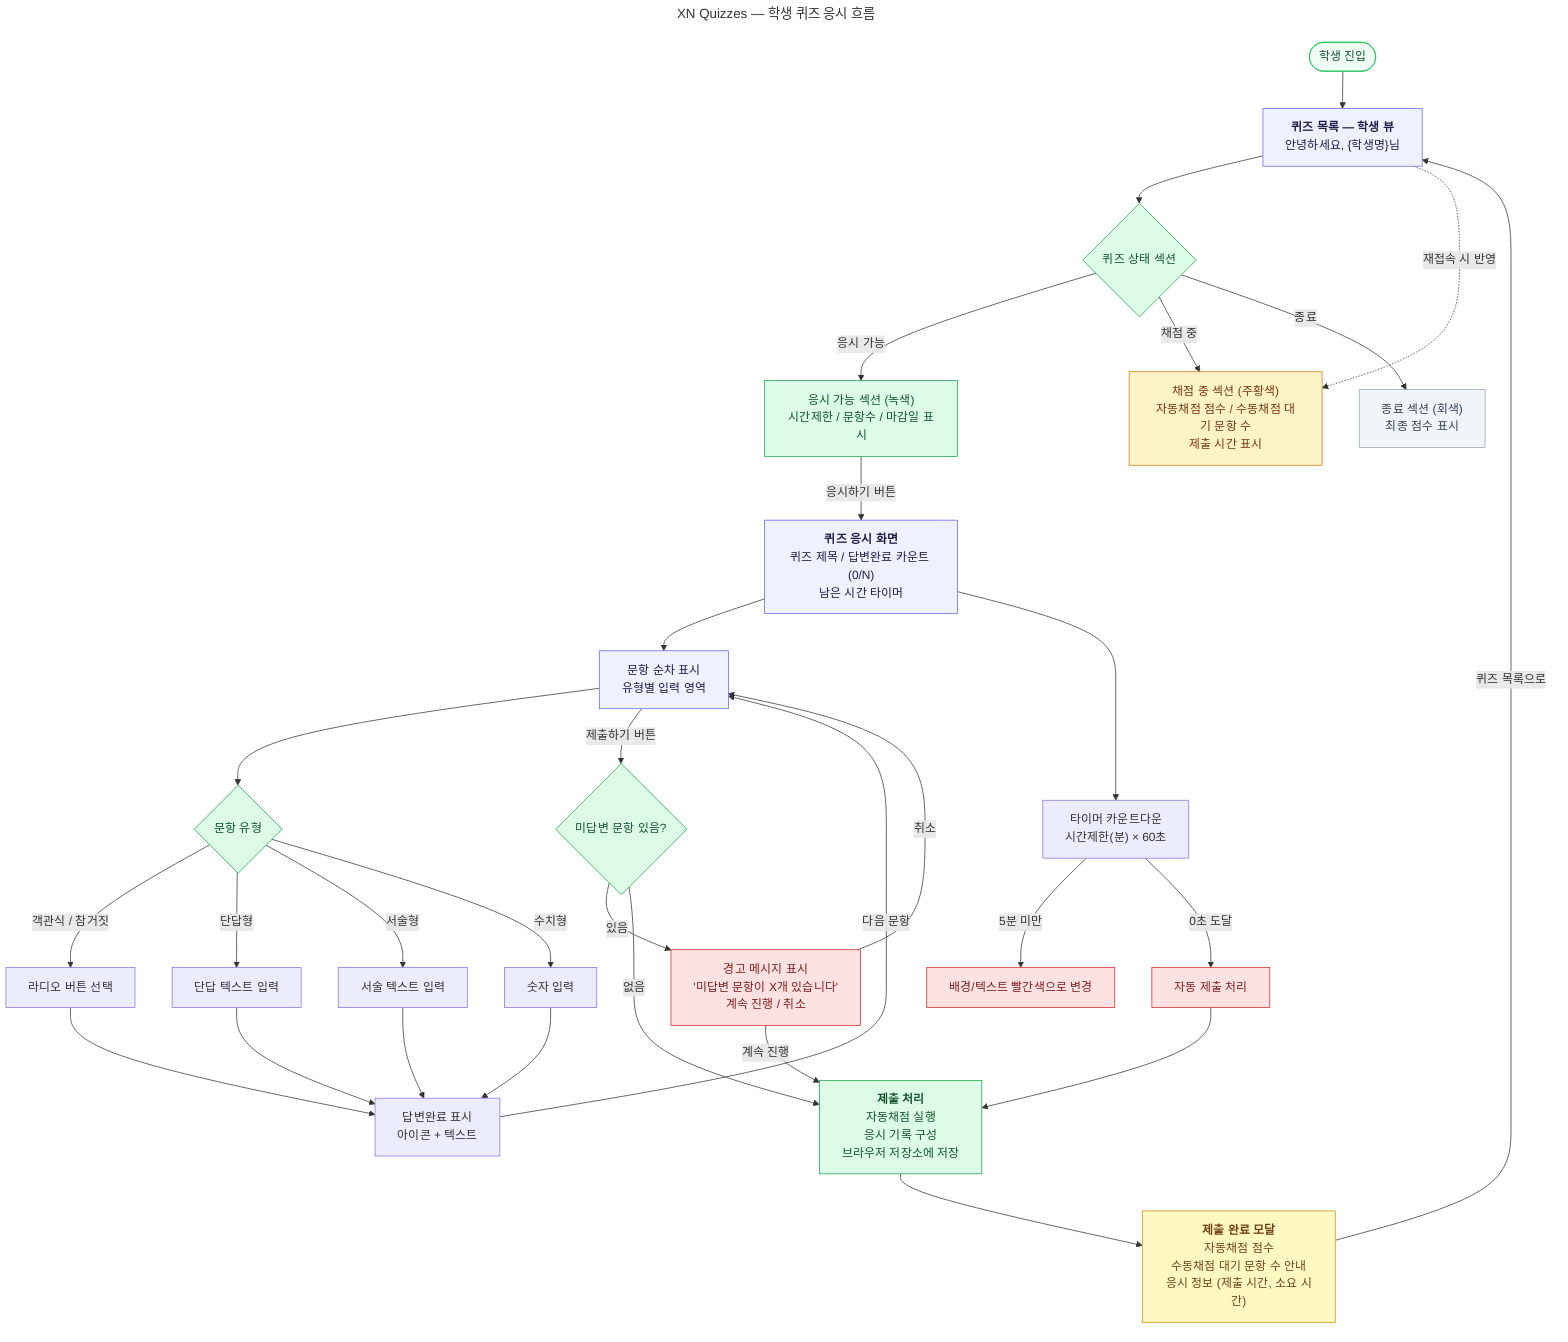
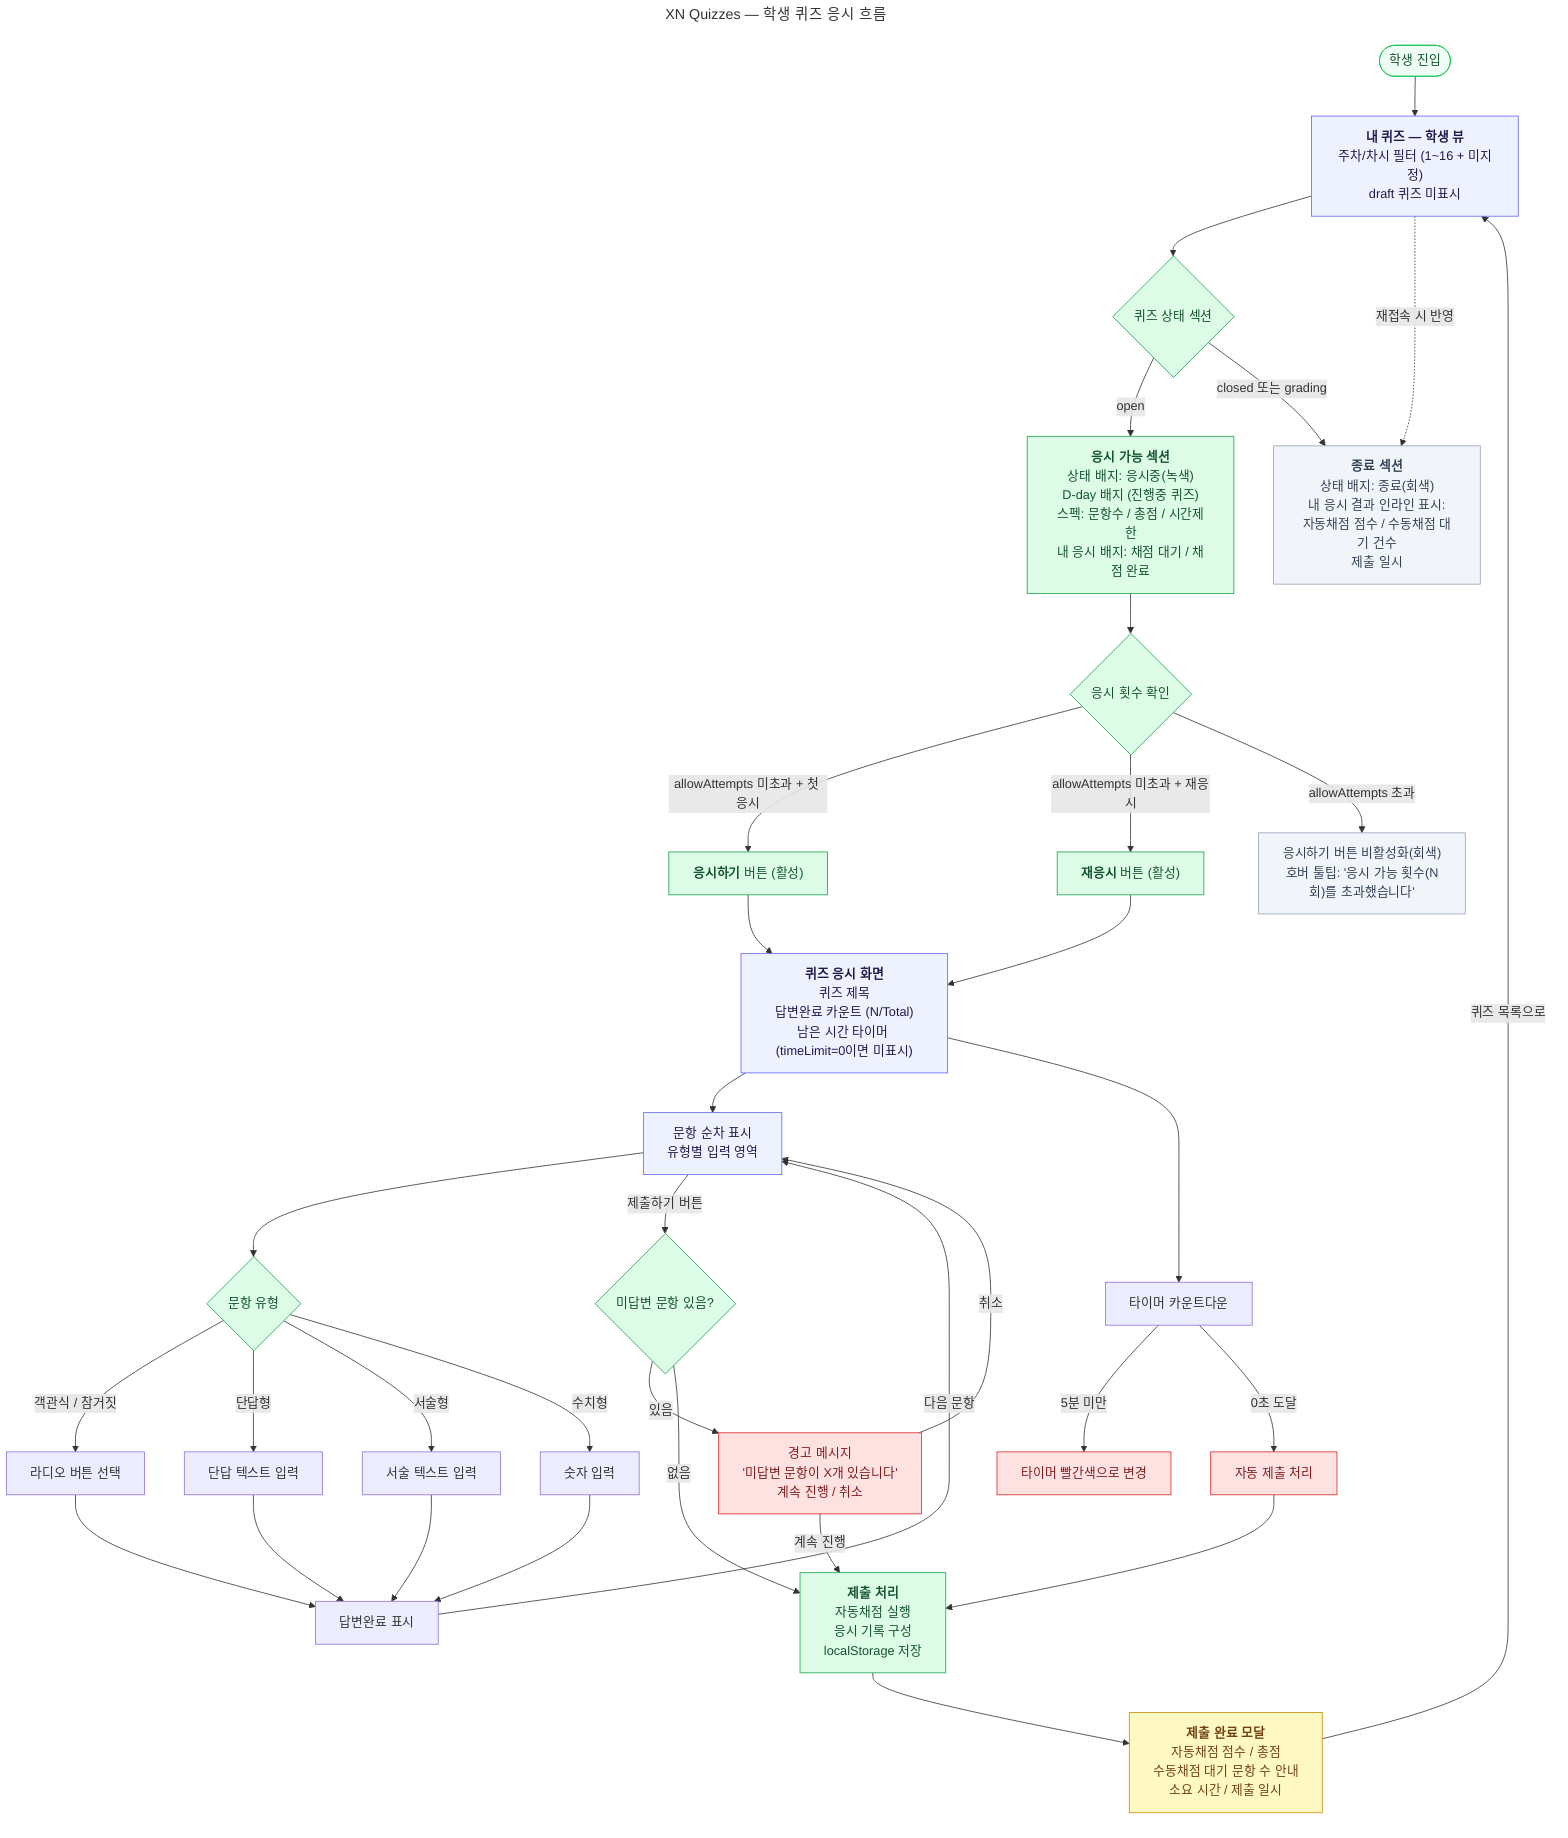
---
title: XN Quizzes — 학생 퀴즈 응시 흐름
---
flowchart TD
-     START([학생 진입]) --> QL["`**퀴즈 목록 — 학생 뷰**
-     안녕하세요, {학생명}님`"]
+     START([학생 진입]) --> QL["`**내 퀴즈 — 학생 뷰**
+     주차/차시 필터 (1~16 + 미지정)
+     draft 퀴즈 미표시`"]

    QL --> SEC{퀴즈 상태 섹션}
-     SEC -->|응시 가능| SEC_OPEN["`응시 가능 섹션 (녹색)
-     시간제한 / 문항수 / 마감일 표시`"]
-     SEC -->|채점 중| SEC_GRADING["`채점 중 섹션 (주황색)
-     자동채점 점수 / 수동채점 대기 문항 수
-     제출 시간 표시`"]
-     SEC -->|종료| SEC_CLOSED["`종료 섹션 (회색)
-     최종 점수 표시`"]

-     SEC_OPEN -->|응시하기 버튼| QA["`**퀴즈 응시 화면**
-     퀴즈 제목 / 답변완료 카운트 (0/N)
-     남은 시간 타이머`"]
+     SEC -->|open| SEC_OPEN["`**응시 가능 섹션**
+     상태 배지: 응시중(녹색)
+     D-day 배지 (진행중 퀴즈)
+     스펙: 문항수 / 총점 / 시간제한
+     내 응시 배지: 채점 대기 / 채점 완료`"]

-     %% ── 응시 중 ─────────────────────────────────
+     SEC -->|closed 또는 grading| SEC_CLOSED["`**종료 섹션**
+     상태 배지: 종료(회색)
+     내 응시 결과 인라인 표시:
+     자동채점 점수 / 수동채점 대기 건수
+     제출 일시`"]
+ 
+     %% ── 응시하기 / 재응시 버튼 분기 ─────────────
+     SEC_OPEN --> CHECK_ATTEMPTS{응시 횟수 확인}
+     CHECK_ATTEMPTS -->|allowAttempts 미초과 + 첫 응시| BTN_FIRST["`**응시하기** 버튼 (활성)`"]
+     CHECK_ATTEMPTS -->|allowAttempts 미초과 + 재응시| BTN_RETRY["`**재응시** 버튼 (활성)`"]
+     CHECK_ATTEMPTS -->|allowAttempts 초과| BTN_DISABLED["`응시하기 버튼 비활성화(회색)
+     호버 툴팁: '응시 가능 횟수(N회)를 초과했습니다'`"]
+ 
+     BTN_FIRST --> QA
+     BTN_RETRY --> QA
+ 
+     %% ── 응시 화면 ────────────────────────────────
+     QA["`**퀴즈 응시 화면**
+     퀴즈 제목
+     답변완료 카운트 (N/Total)
+     남은 시간 타이머 (timeLimit=0이면 미표시)`"]
+ 
    QA --> ANS_LOOP["`문항 순차 표시
    유형별 입력 영역`"]

    ANS_LOOP --> Q_TYPE{문항 유형}
    Q_TYPE -->|객관식 / 참거짓| INPUT_RADIO["`라디오 버튼 선택`"]
    Q_TYPE -->|단답형| INPUT_TEXT["`단답 텍스트 입력`"]
    Q_TYPE -->|서술형| INPUT_TEXTAREA["`서술 텍스트 입력`"]
    Q_TYPE -->|수치형| INPUT_NUMBER["`숫자 입력`"]

-     INPUT_RADIO    --> ANSWERED["`답변완료 표시
-     아이콘 + 텍스트`"]
+     INPUT_RADIO    --> ANSWERED["`답변완료 표시`"]
    INPUT_TEXT     --> ANSWERED
    INPUT_TEXTAREA --> ANSWERED
    INPUT_NUMBER   --> ANSWERED

    ANSWERED -->|다음 문항| ANS_LOOP

-     %% ── 타이머 경고 ──────────────────────────────
-     QA --> TIMER["`타이머 카운트다운
-     시간제한(분) × 60초`"]
-     TIMER -->|5분 미만| TIMER_WARN["`배경/텍스트 빨간색으로 변경`"]
+     %% ── 타이머 ───────────────────────────────────
+     QA --> TIMER["`타이머 카운트다운`"]
+     TIMER -->|5분 미만| TIMER_WARN["`타이머 빨간색으로 변경`"]
    TIMER -->|0초 도달| AUTO_SUBMIT["`자동 제출 처리`"]

    %% ── 제출 흐름 ────────────────────────────────
    ANS_LOOP -->|제출하기 버튼| CHECK_UNANSWERED{미답변 문항 있음?}
-     CHECK_UNANSWERED -->|있음| WARN["`경고 메시지 표시
+     CHECK_UNANSWERED -->|있음| WARN["`경고 메시지
    '미답변 문항이 X개 있습니다'
    계속 진행 / 취소`"]
    WARN -->|계속 진행| SUBMIT
    WARN -->|취소| ANS_LOOP
    CHECK_UNANSWERED -->|없음| SUBMIT

    AUTO_SUBMIT --> SUBMIT

    SUBMIT["`**제출 처리**
    자동채점 실행
    응시 기록 구성
-     브라우저 저장소에 저장`"]
+     localStorage 저장`"]

    SUBMIT --> RESULT_MODAL["`**제출 완료 모달**
-     자동채점 점수
+     자동채점 점수 / 총점
    수동채점 대기 문항 수 안내
-     응시 정보 (제출 시간, 소요 시간)`"]
+     소요 시간 / 제출 일시`"]

    RESULT_MODAL -->|퀴즈 목록으로| QL

-     %% ── 제출 후 목록 상태 변화 ──────────────────
-     QL -.->|재접속 시 반영| SEC_GRADING
+     %% ── 제출 후 카드 상태 변화 ──────────────────
+     QL -.->|재접속 시 반영| SEC_CLOSED

    %% ── 스타일 ───────────────────────────────────
    style QL             fill:#EEF2FF,stroke:#6366F1,color:#1e1b4b
    style QA             fill:#EEF2FF,stroke:#6366F1,color:#1e1b4b
    style ANS_LOOP       fill:#EEF2FF,stroke:#6366F1,color:#1e1b4b
    style RESULT_MODAL   fill:#FEF9C3,stroke:#CA8A04,color:#713f12
+ 
+     style SEC_OPEN       fill:#DCFCE7,stroke:#16A34A,color:#14532d
+     style SEC_CLOSED     fill:#F1F5F9,stroke:#94A3B8,color:#334155
+     style BTN_FIRST      fill:#DCFCE7,stroke:#16A34A,color:#14532d
+     style BTN_RETRY      fill:#DCFCE7,stroke:#16A34A,color:#14532d
+     style BTN_DISABLED   fill:#F1F5F9,stroke:#94A3B8,color:#334155
+ 
    style WARN           fill:#FEE2E2,stroke:#DC2626,color:#7f1d1d
    style TIMER_WARN     fill:#FEE2E2,stroke:#DC2626,color:#7f1d1d
    style AUTO_SUBMIT    fill:#FEE2E2,stroke:#DC2626,color:#7f1d1d
    style SUBMIT         fill:#DCFCE7,stroke:#16A34A,color:#14532d
+ 
    style CHECK_UNANSWERED fill:#DCFCE7,stroke:#16A34A,color:#14532d
-     style Q_TYPE         fill:#DCFCE7,stroke:#16A34A,color:#14532d
-     style SEC            fill:#DCFCE7,stroke:#16A34A,color:#14532d
-     style SEC_OPEN       fill:#DCFCE7,stroke:#16A34A,color:#14532d
-     style SEC_GRADING    fill:#FEF3C7,stroke:#D97706,color:#78350f
-     style SEC_CLOSED     fill:#F1F5F9,stroke:#94A3B8,color:#334155
-     style START          fill:#F0FDF4,stroke:#22C55E,color:#14532d
+     style CHECK_ATTEMPTS   fill:#DCFCE7,stroke:#16A34A,color:#14532d
+     style Q_TYPE           fill:#DCFCE7,stroke:#16A34A,color:#14532d
+     style SEC              fill:#DCFCE7,stroke:#16A34A,color:#14532d
+ 
+     style START fill:#F0FDF4,stroke:#22C55E,color:#14532d
